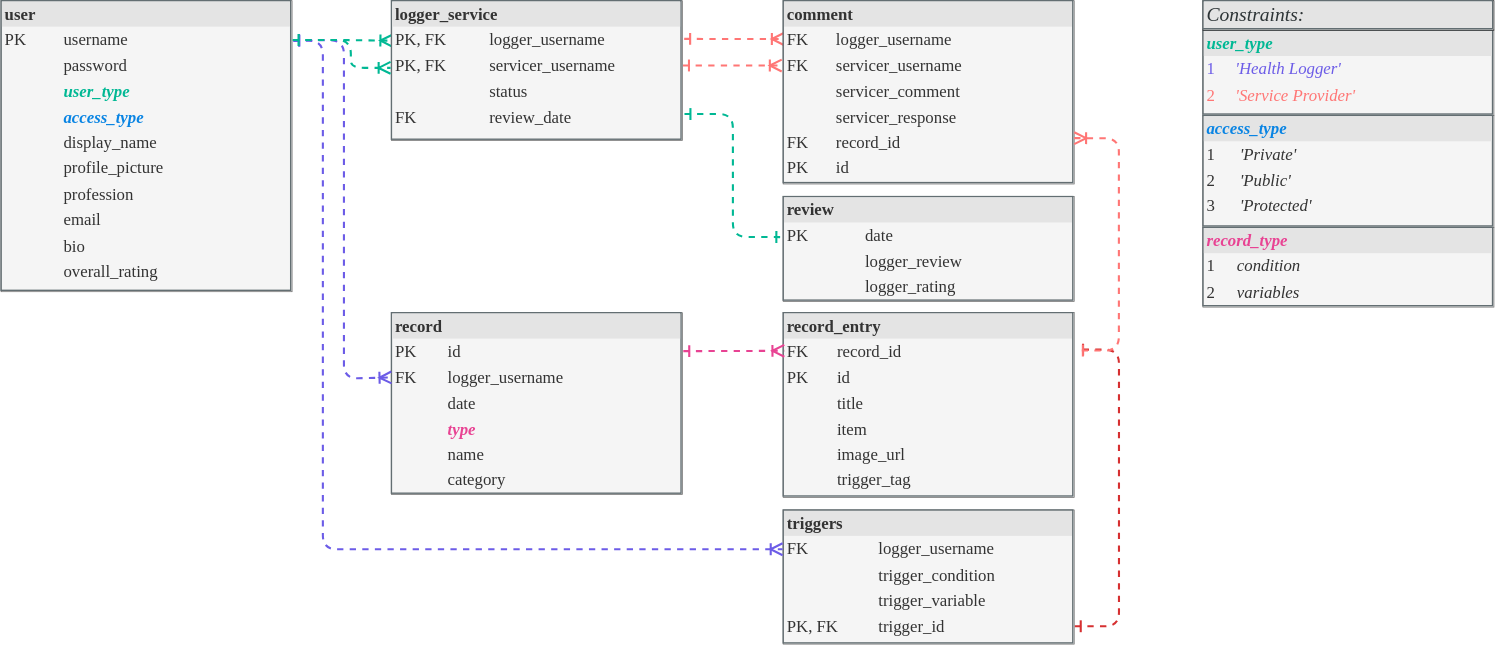
mervin-njy/trigg-track-v2 keeps this draw.io diagram as diagrams/database/database_tables_relationships.drawio.svg. Above is the earlier version. Source tidied: cells renumbered, new cells last; positions are measured from the earlier drawing's top-left corner, leaving out a move shared by most shapes.
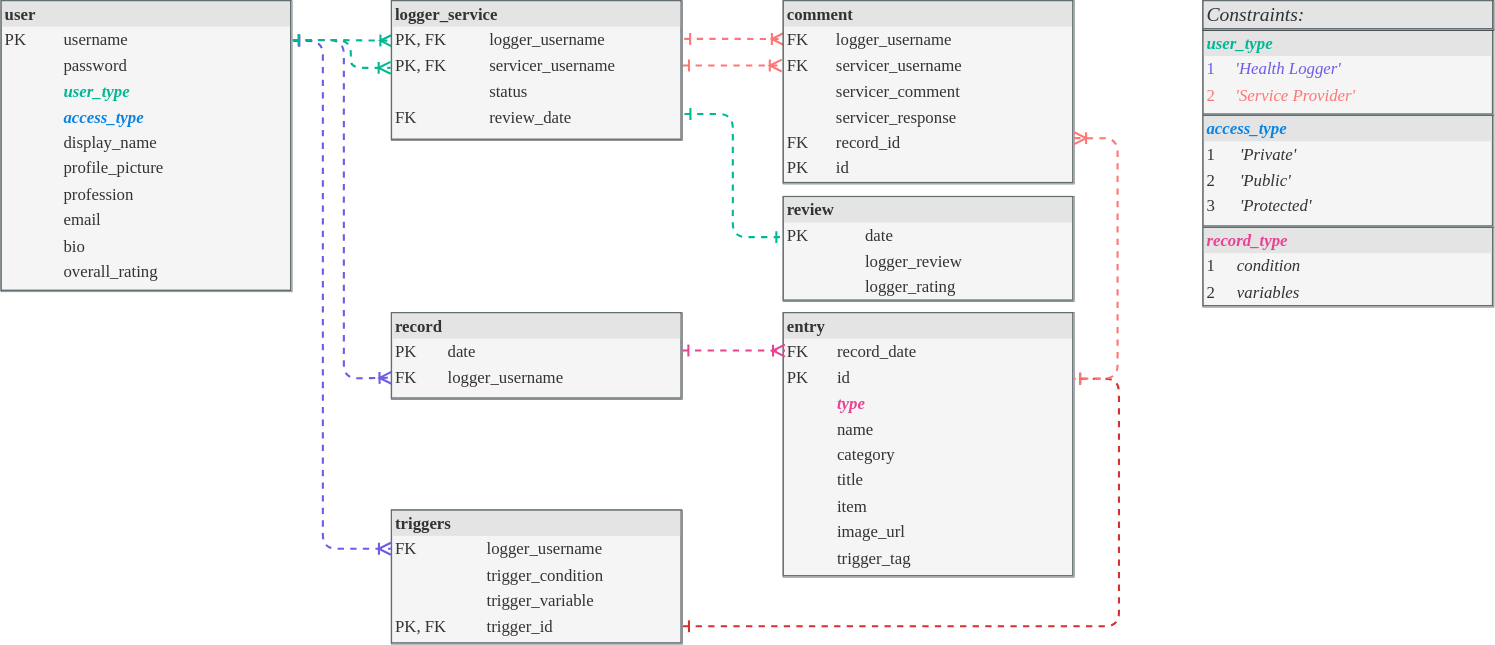
After the change.

Commit message:
update rs table to have only date for record

The edit, as a diff of the source:
```diff
@@ -18,10 +18,10 @@
     <mxCell id="5" style="edgeStyle=orthogonalEdgeStyle;html=1;dashed=1;labelBackgroundColor=none;startArrow=ERone;endArrow=ERone;fontFamily=Verdana;fontSize=12;align=left;endFill=0;startFill=0;exitX=1.007;exitY=0.81;exitDx=0;exitDy=0;strokeColor=#00b894;strokeWidth=1.5;entryX=-0.003;entryY=0.386;entryDx=0;entryDy=0;entryPerimeter=0;exitPerimeter=0;" parent="1" edge="1" source="10" target="4">
       <mxGeometry relative="1" as="geometry" />
     </mxCell>
-    <mxCell id="6" value="&lt;div style=&quot;box-sizing: border-box ; width: 100% ; background: #e4e4e4 ; padding: 2px&quot;&gt;&lt;b&gt;record&lt;/b&gt;&lt;/div&gt;&lt;table style=&quot;width: 100% ; font-size: 1em&quot; cellpadding=&quot;2&quot; cellspacing=&quot;0&quot;&gt;&lt;tbody&gt;&lt;tr&gt;&lt;td&gt;PK&lt;/td&gt;&lt;td&gt;id&lt;/td&gt;&lt;/tr&gt;&lt;tr&gt;&lt;td&gt;FK&lt;/td&gt;&lt;td&gt;logger_username&lt;/td&gt;&lt;/tr&gt;&lt;tr&gt;&lt;td&gt;&lt;br&gt;&lt;/td&gt;&lt;td&gt;date&lt;/td&gt;&lt;/tr&gt;&lt;tr&gt;&lt;td&gt;&lt;i&gt;&lt;b&gt;&lt;font color=&quot;#e84393&quot;&gt;&lt;br&gt;&lt;/font&gt;&lt;/b&gt;&lt;/i&gt;&lt;/td&gt;&lt;td&gt;&lt;i&gt;&lt;b&gt;&lt;font color=&quot;#e84393&quot;&gt;type&lt;br&gt;&lt;/font&gt;&lt;/b&gt;&lt;/i&gt;&lt;/td&gt;&lt;/tr&gt;&lt;tr&gt;&lt;td&gt;&lt;br&gt;&lt;/td&gt;&lt;td&gt;name&lt;/td&gt;&lt;/tr&gt;&lt;tr&gt;&lt;td&gt;&lt;br&gt;&lt;/td&gt;&lt;td&gt;category&lt;/td&gt;&lt;/tr&gt;&lt;/tbody&gt;&lt;/table&gt;" style="verticalAlign=top;align=left;overflow=fill;html=1;rounded=0;shadow=0;comic=0;labelBackgroundColor=none;strokeWidth=0.5;fontFamily=Verdana;fontSize=12;fillColor=#f5f5f5;strokeColor=#666666;fontColor=#333333;labelBorderColor=#636e72;" parent="1" vertex="1">
-      <mxGeometry x="279" y="223" width="208" height="130" as="geometry" />
+    <mxCell id="6" value="&lt;div style=&quot;box-sizing: border-box ; width: 100% ; background: #e4e4e4 ; padding: 2px&quot;&gt;&lt;b&gt;record&lt;/b&gt;&lt;/div&gt;&lt;table style=&quot;width: 100% ; font-size: 1em&quot; cellpadding=&quot;2&quot; cellspacing=&quot;0&quot;&gt;&lt;tbody&gt;&lt;tr&gt;&lt;td&gt;PK&lt;/td&gt;&lt;td&gt;date&lt;br&gt;&lt;/td&gt;&lt;/tr&gt;&lt;tr&gt;&lt;td&gt;FK&lt;/td&gt;&lt;td&gt;logger_username&lt;/td&gt;&lt;/tr&gt;&lt;/tbody&gt;&lt;/table&gt;" style="verticalAlign=top;align=left;overflow=fill;html=1;rounded=0;shadow=0;comic=0;labelBackgroundColor=none;strokeWidth=0.5;fontFamily=Verdana;fontSize=12;fillColor=#f5f5f5;strokeColor=#666666;fontColor=#333333;labelBorderColor=#636e72;" parent="1" vertex="1">
+      <mxGeometry x="279" y="223" width="208" height="62" as="geometry" />
     </mxCell>
-    <mxCell id="7" style="edgeStyle=elbowEdgeStyle;html=1;dashed=1;labelBackgroundColor=none;startArrow=ERone;endArrow=ERone;fontFamily=Verdana;fontSize=12;align=left;endFill=0;startFill=0;strokeColor=#d63031;strokeWidth=1.5;entryX=1.01;entryY=0.201;entryDx=0;entryDy=0;entryPerimeter=0;exitX=1.002;exitY=0.867;exitDx=0;exitDy=0;exitPerimeter=0;" parent="1" edge="1" source="9" target="14">
+    <mxCell id="7" style="edgeStyle=elbowEdgeStyle;html=1;dashed=1;labelBackgroundColor=none;startArrow=ERone;endArrow=ERone;fontFamily=Verdana;fontSize=12;align=left;endFill=0;startFill=0;strokeColor=#d63031;strokeWidth=1.5;exitX=1.002;exitY=0.867;exitDx=0;exitDy=0;exitPerimeter=0;entryX=1;entryY=0.25;entryDx=0;entryDy=0;" parent="1" edge="1" source="9" target="14">
       <mxGeometry relative="1" as="geometry">
         <Array as="points">
           <mxPoint x="799" y="353" />
@@ -32,18 +32,17 @@
       <mxGeometry relative="1" as="geometry" />
     </mxCell>
     <mxCell id="9" value="&lt;div style=&quot;box-sizing: border-box ; width: 100% ; background: #e4e4e4 ; padding: 2px&quot;&gt;&lt;b&gt;triggers&lt;/b&gt;&lt;/div&gt;&lt;table style=&quot;width: 100% ; font-size: 1em&quot; cellpadding=&quot;2&quot; cellspacing=&quot;0&quot;&gt;&lt;tbody&gt;&lt;tr&gt;&lt;td&gt;FK&lt;/td&gt;&lt;td&gt;logger_username&lt;/td&gt;&lt;/tr&gt;&lt;tr&gt;&lt;td&gt;&lt;br&gt;&lt;/td&gt;&lt;td&gt;trigger_condition&lt;/td&gt;&lt;/tr&gt;&lt;tr&gt;&lt;td&gt;&lt;br&gt;&lt;/td&gt;&lt;td&gt;trigger_variable&lt;/td&gt;&lt;/tr&gt;&lt;tr&gt;&lt;td&gt;PK, FK&lt;/td&gt;&lt;td&gt;trigger_id&lt;/td&gt;&lt;/tr&gt;&lt;/tbody&gt;&lt;/table&gt;" style="verticalAlign=top;align=left;overflow=fill;html=1;rounded=0;shadow=0;comic=0;labelBackgroundColor=none;strokeWidth=0.5;fontFamily=Verdana;fontSize=12;fillColor=#f5f5f5;strokeColor=#666666;fontColor=#333333;labelBorderColor=#636e72;" parent="1" vertex="1">
-      <mxGeometry x="559" y="364" width="208" height="95.9" as="geometry" />
+      <mxGeometry x="279" y="364" width="208" height="95.9" as="geometry" />
     </mxCell>
     <mxCell id="10" value="&lt;div style=&quot;box-sizing: border-box ; width: 100% ; background: #e4e4e4 ; padding: 2px&quot;&gt;&lt;b&gt;logger_service&lt;/b&gt;&lt;/div&gt;&lt;table style=&quot;width: 100% ; font-size: 1em&quot; cellpadding=&quot;2&quot; cellspacing=&quot;0&quot;&gt;&lt;tbody&gt;&lt;tr&gt;&lt;td&gt;PK, FK&lt;/td&gt;&lt;td&gt;&amp;nbsp; &amp;nbsp;logger_username&lt;/td&gt;&lt;/tr&gt;&lt;tr&gt;&lt;td&gt;PK, FK&lt;/td&gt;&lt;td&gt;&amp;nbsp; &amp;nbsp;servicer_username&lt;/td&gt;&lt;/tr&gt;&lt;tr&gt;&lt;td&gt;&lt;br&gt;&lt;/td&gt;&lt;td&gt;&amp;nbsp; &amp;nbsp;status&lt;/td&gt;&lt;/tr&gt;&lt;tr&gt;&lt;td&gt;FK&lt;/td&gt;&lt;td&gt;&amp;nbsp; &amp;nbsp;review_date&lt;/td&gt;&lt;/tr&gt;&lt;tr&gt;&lt;td&gt;&lt;br&gt;&lt;/td&gt;&lt;td&gt;&amp;nbsp; &amp;nbsp;&lt;/td&gt;&lt;/tr&gt;&lt;/tbody&gt;&lt;/table&gt;" style="verticalAlign=top;align=left;overflow=fill;html=1;rounded=0;shadow=0;comic=0;labelBackgroundColor=none;strokeWidth=0.5;fontFamily=Verdana;fontSize=12;fillColor=#f5f5f5;strokeColor=#666666;fontColor=#333333;labelBorderColor=#636e72;" parent="1" vertex="1">
       <mxGeometry x="279" width="208" height="100" as="geometry" />
     </mxCell>
-    <mxCell id="11" style="edgeStyle=orthogonalEdgeStyle;html=1;dashed=1;labelBackgroundColor=none;startArrow=ERone;endArrow=ERoneToMany;fontFamily=Verdana;fontSize=12;align=left;endFill=0;startFill=0;strokeColor=#6c5ce7;strokeWidth=1.5;exitX=1.004;exitY=0.136;exitDx=0;exitDy=0;exitPerimeter=0;entryX=0;entryY=0.356;entryDx=0;entryDy=0;entryPerimeter=0;" parent="1" edge="1" source="2" target="6">
+    <mxCell id="11" style="edgeStyle=orthogonalEdgeStyle;html=1;dashed=1;labelBackgroundColor=none;startArrow=ERone;endArrow=ERoneToMany;fontFamily=Verdana;fontSize=12;align=left;endFill=0;startFill=0;strokeColor=#6c5ce7;strokeWidth=1.5;exitX=1.004;exitY=0.136;exitDx=0;exitDy=0;exitPerimeter=0;entryX=0;entryY=0.75;entryDx=0;entryDy=0;" parent="1" edge="1" source="2" target="6">
       <mxGeometry relative="1" as="geometry">
         <Array as="points">
           <mxPoint x="245" y="28" />
           <mxPoint x="245" y="270" />
           <mxPoint x="246" y="270" />
-          <mxPoint x="279" y="269" />
         </Array>
       </mxGeometry>
     </mxCell>
@@ -52,27 +51,27 @@
         <Array as="points">
           <mxPoint x="230" y="29" />
           <mxPoint x="230" y="392" />
-          <mxPoint x="559" y="392" />
         </Array>
       </mxGeometry>
     </mxCell>
     <mxCell id="13" value="&lt;div style=&quot;box-sizing: border-box ; width: 100% ; background: #e4e4e4 ; padding: 2px&quot;&gt;&lt;b&gt;comment&lt;/b&gt;&lt;/div&gt;&lt;table style=&quot;width: 100% ; font-size: 1em&quot; cellpadding=&quot;2&quot; cellspacing=&quot;0&quot;&gt;&lt;tbody&gt;&lt;tr&gt;&lt;td&gt;FK&lt;/td&gt;&lt;td&gt;logger_username&lt;/td&gt;&lt;/tr&gt;&lt;tr&gt;&lt;td&gt;FK&lt;/td&gt;&lt;td&gt;servicer_username&lt;/td&gt;&lt;/tr&gt;&lt;tr&gt;&lt;td&gt;&lt;br&gt;&lt;/td&gt;&lt;td&gt;servicer_comment&lt;/td&gt;&lt;/tr&gt;&lt;tr&gt;&lt;td&gt;&lt;br&gt;&lt;/td&gt;&lt;td&gt;servicer_response&lt;br&gt;&lt;/td&gt;&lt;/tr&gt;&lt;tr&gt;&lt;td&gt;FK&lt;/td&gt;&lt;td&gt;record_id&lt;/td&gt;&lt;/tr&gt;&lt;tr&gt;&lt;td&gt;PK&lt;/td&gt;&lt;td&gt;id&lt;/td&gt;&lt;/tr&gt;&lt;/tbody&gt;&lt;/table&gt;" style="verticalAlign=top;align=left;overflow=fill;html=1;rounded=0;shadow=0;comic=0;labelBackgroundColor=none;strokeWidth=0.5;fontFamily=Verdana;fontSize=12;fillColor=#f5f5f5;strokeColor=#666666;fontColor=#333333;labelBorderColor=#636e72;" parent="1" vertex="1">
       <mxGeometry x="559" width="208" height="131" as="geometry" />
     </mxCell>
-    <mxCell id="14" value="&lt;div style=&quot;box-sizing: border-box ; width: 100% ; background: #e4e4e4 ; padding: 2px&quot;&gt;&lt;b&gt;record_entry&lt;/b&gt;&lt;/div&gt;&lt;table style=&quot;width: 100% ; font-size: 1em&quot; cellpadding=&quot;2&quot; cellspacing=&quot;0&quot;&gt;&lt;tbody&gt;&lt;tr&gt;&lt;td&gt;FK&lt;/td&gt;&lt;td&gt;record_id&lt;/td&gt;&lt;/tr&gt;&lt;tr&gt;&lt;td&gt;PK&lt;/td&gt;&lt;td&gt;id&lt;/td&gt;&lt;/tr&gt;&lt;tr&gt;&lt;td&gt;&lt;br&gt;&lt;/td&gt;&lt;td&gt;title&lt;/td&gt;&lt;/tr&gt;&lt;tr&gt;&lt;td&gt;&lt;br&gt;&lt;/td&gt;&lt;td&gt;item&lt;br&gt;&lt;/td&gt;&lt;/tr&gt;&lt;tr&gt;&lt;td&gt;&lt;/td&gt;&lt;td&gt;image_url&amp;nbsp; &amp;nbsp; &amp;nbsp; &amp;nbsp; &amp;nbsp; &amp;nbsp; &amp;nbsp;&lt;/td&gt;&lt;/tr&gt;&lt;tr&gt;&lt;td&gt;&lt;br&gt;&lt;/td&gt;&lt;td&gt;trigger_tag&lt;/td&gt;&lt;/tr&gt;&lt;/tbody&gt;&lt;/table&gt;" style="verticalAlign=top;align=left;overflow=fill;html=1;rounded=0;shadow=0;comic=0;labelBackgroundColor=none;strokeWidth=0.5;fontFamily=Verdana;fontSize=12;fillColor=#f5f5f5;strokeColor=#666666;fontColor=#333333;labelBorderColor=#636e72;" parent="1" vertex="1">
-      <mxGeometry x="559" y="222.9" width="208" height="132.1" as="geometry" />
+    <mxCell id="14" value="&lt;div style=&quot;box-sizing: border-box ; width: 100% ; background: #e4e4e4 ; padding: 2px&quot;&gt;&lt;b&gt;entry&lt;/b&gt;&lt;/div&gt;&lt;table style=&quot;width: 100% ; font-size: 1em&quot; cellpadding=&quot;2&quot; cellspacing=&quot;0&quot;&gt;&lt;tbody&gt;&lt;tr&gt;&lt;td&gt;FK&lt;/td&gt;&lt;td&gt;record_date&lt;/td&gt;&lt;/tr&gt;&lt;tr&gt;&lt;td&gt;PK&lt;/td&gt;&lt;td&gt;id&lt;/td&gt;&lt;/tr&gt;&lt;tr&gt;&lt;td&gt;&lt;br&gt;&lt;/td&gt;&lt;td&gt;&lt;i&gt;&lt;b&gt;&lt;font color=&quot;#e84393&quot;&gt;type&lt;/font&gt;&lt;/b&gt;&lt;/i&gt;&lt;br&gt;&lt;/td&gt;&lt;/tr&gt;&lt;tr&gt;&lt;td&gt;&lt;br&gt;&lt;/td&gt;&lt;td&gt;name&lt;/td&gt;&lt;/tr&gt;&lt;tr&gt;&lt;td&gt;&lt;br&gt;&lt;/td&gt;&lt;td&gt;category&lt;/td&gt;&lt;/tr&gt;&lt;tr&gt;&lt;td&gt;&lt;br&gt;&lt;/td&gt;&lt;td&gt;title&lt;/td&gt;&lt;/tr&gt;&lt;tr&gt;&lt;td&gt;&lt;br&gt;&lt;/td&gt;&lt;td&gt;item&lt;br&gt;&lt;/td&gt;&lt;/tr&gt;&lt;tr&gt;&lt;td&gt;&lt;/td&gt;&lt;td&gt;image_url&amp;nbsp; &amp;nbsp; &amp;nbsp; &amp;nbsp; &amp;nbsp; &amp;nbsp; &amp;nbsp;&lt;/td&gt;&lt;/tr&gt;&lt;tr&gt;&lt;td&gt;&lt;br&gt;&lt;/td&gt;&lt;td&gt;trigger_tag&lt;/td&gt;&lt;/tr&gt;&lt;/tbody&gt;&lt;/table&gt;" style="verticalAlign=top;align=left;overflow=fill;html=1;rounded=0;shadow=0;comic=0;labelBackgroundColor=none;strokeWidth=0.5;fontFamily=Verdana;fontSize=12;fillColor=#f5f5f5;strokeColor=#666666;fontColor=#333333;labelBorderColor=#636e72;" parent="1" vertex="1">
+      <mxGeometry x="559" y="222.9" width="208" height="189.1" as="geometry" />
     </mxCell>
-    <mxCell id="15" style="edgeStyle=orthogonalEdgeStyle;html=1;dashed=1;labelBackgroundColor=none;startArrow=ERoneToMany;endArrow=ERone;fontFamily=Verdana;fontSize=12;align=left;endFill=0;startFill=0;strokeColor=#FF7675;strokeWidth=1.5;exitX=1;exitY=0.75;exitDx=0;exitDy=0;entryX=1.009;entryY=0.203;entryDx=0;entryDy=0;entryPerimeter=0;" parent="1" edge="1" source="13" target="14">
+    <mxCell id="15" style="edgeStyle=orthogonalEdgeStyle;html=1;dashed=1;labelBackgroundColor=none;startArrow=ERoneToMany;endArrow=ERone;fontFamily=Verdana;fontSize=12;align=left;endFill=0;startFill=0;strokeColor=#FF7675;strokeWidth=1.5;exitX=1;exitY=0.75;exitDx=0;exitDy=0;entryX=1;entryY=0.25;entryDx=0;entryDy=0;" parent="1" edge="1" source="13" target="14">
       <mxGeometry relative="1" as="geometry">
         <Array as="points">
-          <mxPoint x="799" y="98" />
-          <mxPoint x="799" y="250" />
-          <mxPoint x="769" y="250" />
+          <mxPoint x="798" y="98" />
+          <mxPoint x="798" y="270" />
         </Array>
       </mxGeometry>
     </mxCell>
-    <mxCell id="16" style="edgeStyle=orthogonalEdgeStyle;html=1;dashed=1;labelBackgroundColor=none;startArrow=ERone;endArrow=ERoneToMany;fontFamily=Verdana;fontSize=12;align=left;endFill=0;startFill=0;strokeColor=#E84393;strokeWidth=1.5;exitX=1.003;exitY=0.211;exitDx=0;exitDy=0;exitPerimeter=0;entryX=0.004;entryY=0.207;entryDx=0;entryDy=0;entryPerimeter=0;" parent="1" edge="1" source="6" target="14">
-      <mxGeometry relative="1" as="geometry" />
+    <mxCell id="16" style="edgeStyle=orthogonalEdgeStyle;html=1;dashed=1;labelBackgroundColor=none;startArrow=ERone;endArrow=ERoneToMany;fontFamily=Verdana;fontSize=12;align=left;endFill=0;startFill=0;strokeColor=#E84393;strokeWidth=1.5;entryX=0.006;entryY=0.144;entryDx=0;entryDy=0;entryPerimeter=0;" parent="1" edge="1" target="14">
+      <mxGeometry relative="1" as="geometry">
+        <mxPoint x="487" y="250" as="sourcePoint" />
+      </mxGeometry>
     </mxCell>
     <mxCell id="17" value="&lt;div style=&quot;box-sizing: border-box ; width: 100% ; background: #e4e4e4 ; padding: 2px&quot;&gt;&lt;font color=&quot;#00b894&quot;&gt;&lt;b&gt;&lt;i&gt;user_type&lt;/i&gt;&lt;/b&gt;&lt;/font&gt;&lt;/div&gt;&lt;table style=&quot;width: 100% ; font-size: 1em&quot; cellpadding=&quot;2&quot; cellspacing=&quot;0&quot;&gt;&lt;tbody&gt;&lt;tr&gt;&lt;td&gt;&lt;font color=&quot;#6c5ce7&quot;&gt;1&lt;/font&gt;&lt;/td&gt;&lt;td&gt;&lt;i&gt;&lt;font color=&quot;#6c5ce7&quot;&gt;'Health Logger'&lt;/font&gt;&lt;/i&gt;&lt;/td&gt;&lt;/tr&gt;&lt;tr&gt;&lt;td&gt;&lt;font color=&quot;#ff7675&quot;&gt;2&lt;/font&gt;&lt;/td&gt;&lt;td&gt;&lt;i&gt;&lt;font color=&quot;#ff7675&quot;&gt;'Service Provider'&lt;/font&gt;&lt;/i&gt;&lt;/td&gt;&lt;/tr&gt;&lt;/tbody&gt;&lt;/table&gt;" style="verticalAlign=top;align=left;overflow=fill;html=1;rounded=0;shadow=0;comic=0;labelBackgroundColor=none;strokeWidth=0.5;fontFamily=Verdana;fontSize=12;fillColor=#f5f5f5;strokeColor=#666666;fontColor=#333333;glass=0;noLabel=0;labelPadding=0;strokeOpacity=100;perimeterSpacing=0;spacingTop=0;spacing=2;spacingLeft=0;labelBorderColor=#636e72;" parent="1" vertex="1">
       <mxGeometry x="859" y="21" width="208" height="61" as="geometry" />
```
